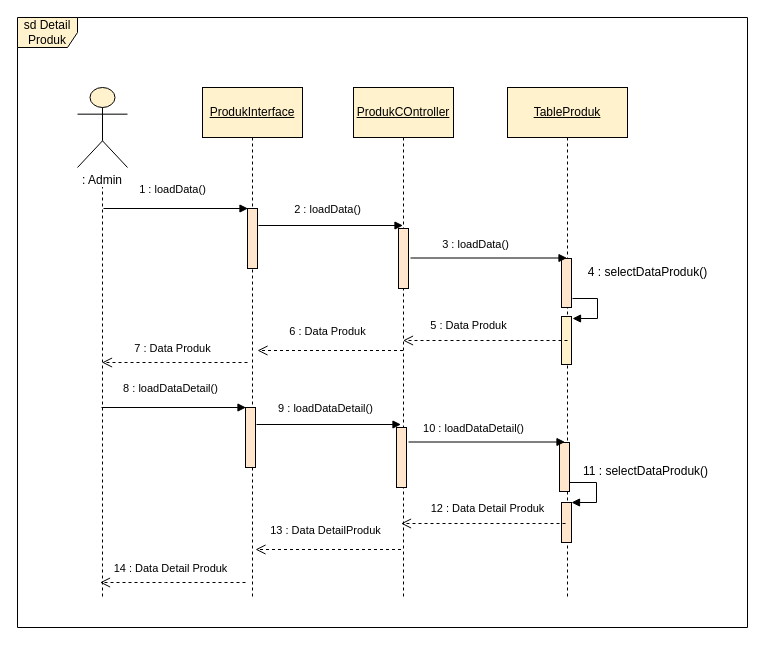
Before: page "D. Seq. Detail Produk" (25 of 38) of Revisi 2/diagram/a.drawio in Maratussholikha11/TUGAS-AKHIR-MAR2, a draw.io diagram. Source tidied: cells renumbered, new cells numbered last; positions are measured from the earlier drawing's top-left corner, leaving out a move shared by most shapes. Both pictures are drawn from the tidied source at 100%, with x=0, y=0 at pixel (17, 17).
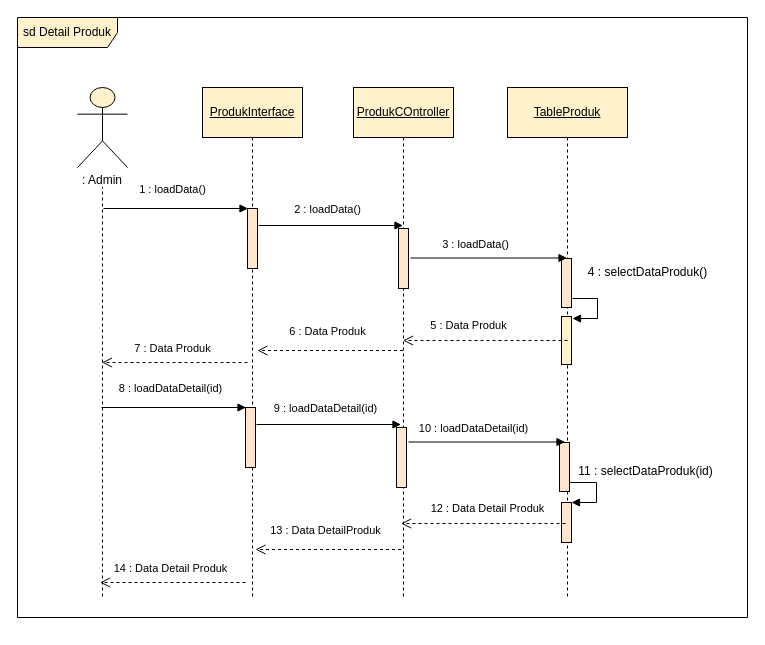
Above is the later version.

What changed in the source:
```diff
@@
-    <mxCell id="21" value="8 : loadDataDetail()" style="html=1;verticalAlign=bottom;endArrow=block;rounded=0;" parent="1" edge="1">
-      <mxGeometry x="-0.05" y="10" relative="1" as="geometry">
+    <mxCell id="21" value="8 : loadDataDetail(id)" style="html=1;verticalAlign=bottom;endArrow=block;rounded=0;" parent="1" edge="1">
+      <mxGeometry x="-0.04" y="10" relative="1" as="geometry">
         <mxPoint x="84" y="390" as="sourcePoint" />
         <mxPoint x="228.5" y="390" as="targetPoint" />
       </mxGeometry>
     </mxCell>
@@
-    <mxCell id="29" value="9 : loadDataDetail()" style="html=1;verticalAlign=bottom;endArrow=block;rounded=0;" parent="1" edge="1">
+    <mxCell id="29" value="9 : loadDataDetail(id)" style="html=1;verticalAlign=bottom;endArrow=block;rounded=0;" parent="1" edge="1">
       <mxGeometry x="-0.04" y="7" relative="1" as="geometry">
         <mxPoint x="239" y="407" as="sourcePoint" />
         <mxPoint x="383.5" y="407" as="targetPoint" />
       </mxGeometry>
     </mxCell>
-    <mxCell id="30" value="10 : loadDataDetail()" style="html=1;verticalAlign=bottom;endArrow=block;rounded=0;" parent="1" edge="1">
+    <mxCell id="30" value="10 : loadDataDetail(id)" style="html=1;verticalAlign=bottom;endArrow=block;rounded=0;" parent="1" edge="1">
       <mxGeometry x="-0.17" y="5" relative="1" as="geometry">
         <mxPoint x="391" y="424.5" as="sourcePoint" />
         <mxPoint x="547.5" y="424.5" as="targetPoint" />
       </mxGeometry>
     </mxCell>
-    <mxCell id="31" value="11 : selectDataProduk()" style="text;html=1;align=center;verticalAlign=middle;strokeColor=none;fillColor=none;" parent="1" vertex="1">
-      <mxGeometry x="553" y="439" width="150" height="30" as="geometry" />
+    <mxCell id="31" value="11 : selectDataProduk(id)" style="text;html=1;align=center;verticalAlign=middle;strokeColor=none;fillColor=none;" parent="1" vertex="1">
+      <mxGeometry x="548" y="439" width="160" height="30" as="geometry" />
     </mxCell>
-    <mxCell id="32" value="sd Detail Produk" style="shape=umlFrame;whiteSpace=wrap;html=1;strokeColor=#000000;fillColor=#fff2cc;" parent="1" vertex="1">
-      <mxGeometry width="730" height="610" as="geometry" />
+    <mxCell id="32" value="sd Detail Produk" style="shape=umlFrame;whiteSpace=wrap;html=1;strokeColor=#000000;fillColor=#fff2cc;width=100;height=30;" parent="1" vertex="1">
+      <mxGeometry width="730" height="600" as="geometry" />
     </mxCell>
```
